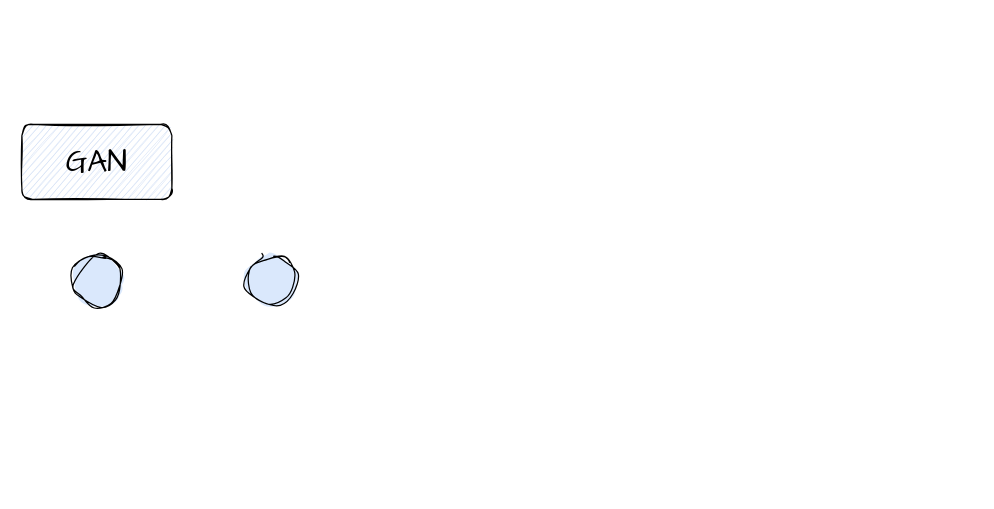
Earlier version of the draw.io diagram 未命名绘图.drawio (Aemilia-xu/CS231n). Source tidied: cells renumbered, new cells numbered last; positions are measured from the earlier drawing's top-left corner, leaving out a move shared by most shapes. Both pictures are drawn from the tidied source at 125%, with x=0, y=0 at pixel (21, 124).
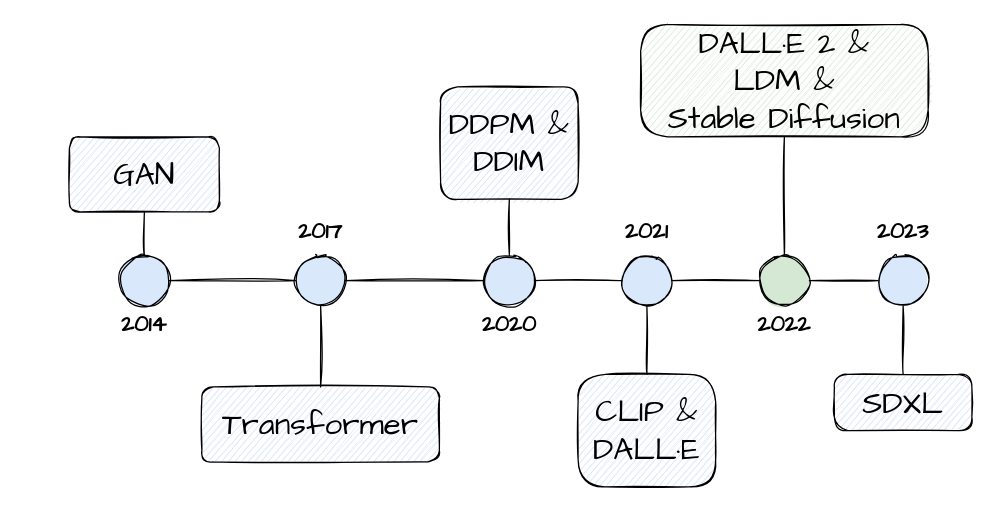
The same diagram, later.

Diff of the diagram source:
```diff
@@
+    <mxCell id="5" style="edgeStyle=orthogonalEdgeStyle;rounded=0;jettySize=auto;html=1;exitX=0.5;exitY=0;exitDx=0;exitDy=0;entryX=0.5;entryY=1;entryDx=0;entryDy=0;startArrow=none;startFill=0;anchorPointDirection=1;sketch=1;curveFitting=1;jiggle=1;endArrow=none;endFill=0;" parent="1" edge="1" source="2" target="3">
+      <mxGeometry relative="1" as="geometry" />
+    </mxCell>
-    <mxCell id="2" style="ellipse;whiteSpace=wrap;html=1;comic=1;fillColor=#dae8fc;strokeColor=#000000;sketch=1;curveFitting=1;jiggle=2;fillStyle=solid;" parent="1" vertex="1">
-      <mxGeometry x="40" y="105" width="40" height="40" as="geometry" />
+    <mxCell id="2" style="ellipse;whiteSpace=wrap;html=1;comic=1;fillColor=#dae8fc;strokeColor=#000000;sketch=1;curveFitting=1;jiggle=1;fillStyle=solid;" parent="1" vertex="1">
+      <mxGeometry x="78" y="105" width="40" height="40" as="geometry" />
     </mxCell>
     <mxCell id="3" value="&lt;font face=&quot;Comic Sans MS&quot; style=&quot;font-size: 25px;&quot;&gt;GAN&lt;/font&gt;" style="rounded=1;whiteSpace=wrap;html=1;comic=1;jiggle=1;snapToPoint=1;fillColor=#D4E1F5;strokeColor=#000000;sketch=1;curveFitting=1;shadow=0;glass=0;sketchStyle=rough;" parent="1" vertex="1">
-      <mxGeometry width="120" height="60" as="geometry" />
+      <mxGeometry x="38" y="10" width="120" height="60" as="geometry" />
     </mxCell>
-    <mxCell id="4" style="ellipse;whiteSpace=wrap;html=1;comic=1;fillColor=#dae8fc;strokeColor=#000000;sketch=1;curveFitting=1;jiggle=2;fillStyle=solid;" parent="1" vertex="1">
-      <mxGeometry x="180" y="105" width="40" height="40" as="geometry" />
+    <mxCell id="4" style="ellipse;whiteSpace=wrap;html=1;comic=1;fillColor=#dae8fc;strokeColor=#000000;sketch=1;curveFitting=1;jiggle=1;fillStyle=solid;fillWeight=-1;" parent="1" vertex="1">
+      <mxGeometry x="219" y="105" width="40" height="40" as="geometry" />
     </mxCell>
+    <mxCell id="6" value="&lt;font face=&quot;Comic Sans MS&quot; style=&quot;font-size: 18px;&quot;&gt;&lt;b style=&quot;&quot;&gt;2014&lt;/b&gt;&lt;/font&gt;" style="text;html=1;strokeColor=none;fillColor=none;align=center;verticalAlign=middle;whiteSpace=wrap;rounded=0;" parent="1" vertex="1">
+      <mxGeometry x="68" y="145" width="60" height="30" as="geometry" />
+    </mxCell>
+    <mxCell id="7" value="&lt;font face=&quot;Comic Sans MS&quot; style=&quot;font-size: 25px;&quot;&gt;Transformer&lt;/font&gt;" style="rounded=1;whiteSpace=wrap;html=1;comic=1;jiggle=1;snapToPoint=1;fillColor=#D4E1F5;strokeColor=#000000;sketch=1;curveFitting=1;shadow=0;glass=0;sketchStyle=rough;" parent="1" vertex="1">
+      <mxGeometry x="144" y="210" width="190" height="60" as="geometry" />
+    </mxCell>
+    <mxCell id="8" value="&lt;font face=&quot;Comic Sans MS&quot; style=&quot;font-size: 18px;&quot;&gt;&lt;b style=&quot;&quot;&gt;2017&lt;/b&gt;&lt;/font&gt;" style="text;html=1;strokeColor=none;fillColor=none;align=center;verticalAlign=middle;whiteSpace=wrap;rounded=0;" parent="1" vertex="1">
+      <mxGeometry x="209" y="70" width="60" height="30" as="geometry" />
+    </mxCell>
+    <mxCell id="9" style="edgeStyle=orthogonalEdgeStyle;rounded=0;jettySize=auto;html=1;exitX=0.5;exitY=0;exitDx=0;exitDy=0;entryX=0.5;entryY=1;entryDx=0;entryDy=0;startArrow=none;startFill=0;anchorPointDirection=1;sketch=1;curveFitting=1;jiggle=1;endArrow=none;endFill=0;" parent="1" edge="1" source="7" target="4">
+      <mxGeometry relative="1" as="geometry" />
+    </mxCell>
+    <mxCell id="10" style="edgeStyle=orthogonalEdgeStyle;rounded=0;jettySize=auto;html=1;exitX=0;exitY=0.5;exitDx=0;exitDy=0;entryX=1;entryY=0.5;entryDx=0;entryDy=0;startArrow=none;startFill=0;anchorPointDirection=1;sketch=1;curveFitting=1;jiggle=1;endArrow=none;endFill=0;" parent="1" edge="1" source="4" target="2">
+      <mxGeometry relative="1" as="geometry" />
+    </mxCell>
+    <mxCell id="11" style="ellipse;whiteSpace=wrap;html=1;comic=1;fillColor=#dae8fc;strokeColor=#000000;sketch=1;curveFitting=1;jiggle=1;fillStyle=solid;" parent="1" vertex="1">
+      <mxGeometry x="370" y="105" width="40" height="40" as="geometry" />
+    </mxCell>
+    <mxCell id="12" style="edgeStyle=orthogonalEdgeStyle;rounded=0;jettySize=auto;html=1;entryX=1;entryY=0.5;entryDx=0;entryDy=0;startArrow=none;startFill=0;anchorPointDirection=1;sketch=1;curveFitting=1;jiggle=1;endArrow=none;endFill=0;exitX=0;exitY=0.5;exitDx=0;exitDy=0;" parent="1" edge="1" source="11" target="4">
+      <mxGeometry relative="1" as="geometry" />
+    </mxCell>
+    <mxCell id="13" value="&lt;font face=&quot;Comic Sans MS&quot; style=&quot;font-size: 25px;&quot;&gt;DDPM &amp;amp;&lt;br&gt;DDIM&lt;br&gt;&lt;/font&gt;" style="rounded=1;whiteSpace=wrap;html=1;comic=1;jiggle=1;snapToPoint=1;fillColor=#D4E1F5;strokeColor=#000000;sketch=1;curveFitting=1;shadow=0;glass=0;sketchStyle=rough;" parent="1" vertex="1">
+      <mxGeometry x="335" y="-30" width="110" height="90" as="geometry" />
+    </mxCell>
+    <mxCell id="14" value="&lt;font face=&quot;Comic Sans MS&quot; style=&quot;font-size: 18px;&quot;&gt;&lt;b style=&quot;&quot;&gt;2020&lt;/b&gt;&lt;/font&gt;" style="text;html=1;strokeColor=none;fillColor=none;align=center;verticalAlign=middle;whiteSpace=wrap;rounded=0;" parent="1" vertex="1">
+      <mxGeometry x="360" y="145" width="60" height="30" as="geometry" />
+    </mxCell>
+    <mxCell id="15" style="edgeStyle=orthogonalEdgeStyle;rounded=0;jettySize=auto;html=1;exitX=0.5;exitY=0;exitDx=0;exitDy=0;entryX=0.5;entryY=1;entryDx=0;entryDy=0;startArrow=none;startFill=0;anchorPointDirection=1;sketch=1;curveFitting=1;jiggle=1;endArrow=none;endFill=0;" parent="1" edge="1" source="11" target="13">
+      <mxGeometry relative="1" as="geometry" />
+    </mxCell>
+    <mxCell id="16" style="ellipse;whiteSpace=wrap;html=1;comic=1;fillColor=#dae8fc;strokeColor=#000000;sketch=1;curveFitting=1;jiggle=1;fillStyle=solid;" parent="1" vertex="1">
+      <mxGeometry x="480" y="105" width="40" height="40" as="geometry" />
+    </mxCell>
+    <mxCell id="17" value="&lt;font face=&quot;Comic Sans MS&quot; style=&quot;font-size: 18px;&quot;&gt;&lt;b style=&quot;&quot;&gt;2021&lt;/b&gt;&lt;/font&gt;" style="text;html=1;strokeColor=none;fillColor=none;align=center;verticalAlign=middle;whiteSpace=wrap;rounded=0;" parent="1" vertex="1">
+      <mxGeometry x="470" y="70" width="60" height="30" as="geometry" />
+    </mxCell>
+    <mxCell id="18" value="&lt;font face=&quot;Comic Sans MS&quot; style=&quot;font-size: 25px;&quot;&gt;CLIP &amp;amp;&lt;br&gt;DALL·E&lt;br&gt;&lt;/font&gt;" style="rounded=1;whiteSpace=wrap;html=1;comic=1;jiggle=1;snapToPoint=1;fillColor=#D4E1F5;strokeColor=#000000;sketch=1;curveFitting=1;shadow=0;glass=0;sketchStyle=rough;arcSize=24;" parent="1" vertex="1">
+      <mxGeometry x="445" y="200" width="110" height="90" as="geometry" />
+    </mxCell>
+    <mxCell id="19" style="edgeStyle=orthogonalEdgeStyle;rounded=0;jettySize=auto;html=1;exitX=0.5;exitY=0;exitDx=0;exitDy=0;entryX=0.5;entryY=1;entryDx=0;entryDy=0;startArrow=none;startFill=0;anchorPointDirection=1;sketch=1;curveFitting=1;jiggle=1;endArrow=none;endFill=0;" parent="1" edge="1" source="18" target="16">
+      <mxGeometry relative="1" as="geometry" />
+    </mxCell>
+    <mxCell id="20" style="ellipse;whiteSpace=wrap;html=1;comic=1;fillColor=#d5e8d4;strokeColor=#000000;sketch=1;curveFitting=1;jiggle=1;fillStyle=solid;" parent="1" vertex="1">
+      <mxGeometry x="590" y="105" width="40" height="40" as="geometry" />
+    </mxCell>
+    <mxCell id="21" value="&lt;font face=&quot;Comic Sans MS&quot; style=&quot;font-size: 25px;&quot;&gt;DALL·E 2 &amp;amp;&lt;br&gt;LDM &amp;amp;&lt;br&gt;Stable Diffusion&lt;br&gt;&lt;/font&gt;" style="rounded=1;whiteSpace=wrap;html=1;comic=1;jiggle=1;snapToPoint=1;fillColor=#d5e8d4;strokeColor=#000000;sketch=1;curveFitting=1;shadow=0;glass=0;sketchStyle=rough;arcSize=24;" parent="1" vertex="1">
+      <mxGeometry x="495" y="-80" width="230" height="90" as="geometry" />
+    </mxCell>
+    <mxCell id="22" style="edgeStyle=orthogonalEdgeStyle;rounded=0;jettySize=auto;html=1;entryX=1;entryY=0.5;entryDx=0;entryDy=0;startArrow=none;startFill=0;anchorPointDirection=1;sketch=1;curveFitting=1;jiggle=1;endArrow=none;endFill=0;exitX=0;exitY=0.5;exitDx=0;exitDy=0;" parent="1" edge="1" source="16" target="11">
+      <mxGeometry relative="1" as="geometry" />
+    </mxCell>
+    <mxCell id="23" style="edgeStyle=orthogonalEdgeStyle;rounded=0;jettySize=auto;html=1;entryX=1;entryY=0.5;entryDx=0;entryDy=0;startArrow=none;startFill=0;anchorPointDirection=1;sketch=1;curveFitting=1;jiggle=1;endArrow=none;endFill=0;exitX=0;exitY=0.5;exitDx=0;exitDy=0;" parent="1" edge="1" source="20" target="16">
+      <mxGeometry relative="1" as="geometry" />
+    </mxCell>
+    <mxCell id="24" value="&lt;font face=&quot;Comic Sans MS&quot; style=&quot;font-size: 18px;&quot;&gt;&lt;b style=&quot;&quot;&gt;2022&lt;/b&gt;&lt;/font&gt;" style="text;html=1;strokeColor=none;fillColor=none;align=center;verticalAlign=middle;whiteSpace=wrap;rounded=0;" parent="1" vertex="1">
+      <mxGeometry x="580" y="145" width="60" height="30" as="geometry" />
+    </mxCell>
+    <mxCell id="25" style="edgeStyle=orthogonalEdgeStyle;rounded=0;jettySize=auto;html=1;entryX=0.5;entryY=1;entryDx=0;entryDy=0;startArrow=none;startFill=0;anchorPointDirection=1;sketch=1;curveFitting=1;jiggle=1;endArrow=none;endFill=0;exitX=0.5;exitY=0;exitDx=0;exitDy=0;" parent="1" edge="1" source="20" target="21">
+      <mxGeometry relative="1" as="geometry" />
+    </mxCell>
+    <mxCell id="26" style="ellipse;whiteSpace=wrap;html=1;comic=1;fillColor=#dae8fc;strokeColor=#000000;sketch=1;curveFitting=1;jiggle=1;fillStyle=solid;" parent="1" vertex="1">
+      <mxGeometry x="685" y="105" width="40" height="40" as="geometry" />
+    </mxCell>
+    <mxCell id="27" value="&lt;font face=&quot;Comic Sans MS&quot; style=&quot;font-size: 18px;&quot;&gt;&lt;b style=&quot;&quot;&gt;2023&lt;/b&gt;&lt;/font&gt;" style="text;html=1;strokeColor=none;fillColor=none;align=center;verticalAlign=middle;whiteSpace=wrap;rounded=0;" parent="1" vertex="1">
+      <mxGeometry x="675" y="70" width="60" height="30" as="geometry" />
+    </mxCell>
+    <mxCell id="28" value="&lt;font face=&quot;Comic Sans MS&quot; style=&quot;font-size: 25px;&quot;&gt;SDXL&lt;br&gt;&lt;/font&gt;" style="rounded=1;whiteSpace=wrap;html=1;comic=1;jiggle=1;snapToPoint=1;fillColor=#D4E1F5;strokeColor=#000000;sketch=1;curveFitting=1;shadow=0;glass=0;sketchStyle=rough;arcSize=24;" parent="1" vertex="1">
+      <mxGeometry x="650" y="200" width="110" height="45" as="geometry" />
+    </mxCell>
+    <mxCell id="29" style="edgeStyle=orthogonalEdgeStyle;rounded=0;jettySize=auto;html=1;entryX=1;entryY=0.5;entryDx=0;entryDy=0;startArrow=none;startFill=0;anchorPointDirection=1;sketch=1;curveFitting=1;jiggle=1;endArrow=none;endFill=0;exitX=0;exitY=0.5;exitDx=0;exitDy=0;" parent="1" edge="1" source="26" target="20">
+      <mxGeometry relative="1" as="geometry" />
+    </mxCell>
+    <mxCell id="30" style="edgeStyle=orthogonalEdgeStyle;rounded=0;jettySize=auto;html=1;entryX=0.5;entryY=1;entryDx=0;entryDy=0;startArrow=none;startFill=0;anchorPointDirection=1;sketch=1;curveFitting=1;jiggle=1;endArrow=none;endFill=0;exitX=0.5;exitY=0;exitDx=0;exitDy=0;" parent="1" edge="1" source="28" target="26">
+      <mxGeometry relative="1" as="geometry" />
+    </mxCell>
```
